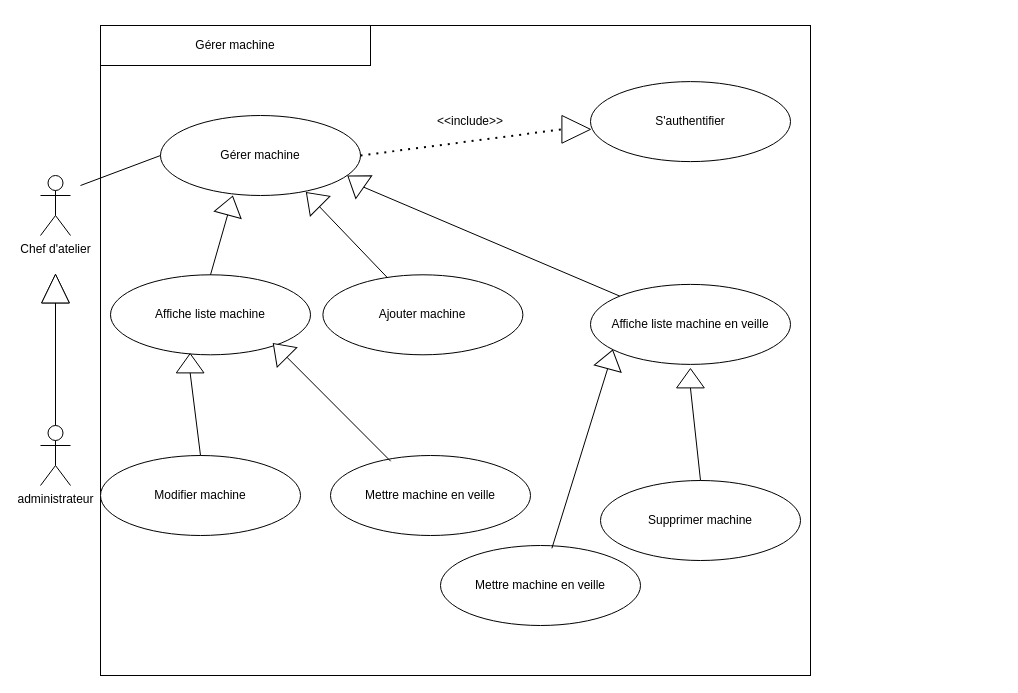
AbdelazizBs/GPAO-SpringApp keeps this draw.io diagram as GererMachine.drawio. Above is the earlier version. Source tidied: cells renumbered, new cells numbered last; positions are measured from the earlier drawing's top-left corner, leaving out a move shared by most shapes. Both pictures are drawn from the tidied source at 100%, with x=0, y=0 at pixel (40, 25).
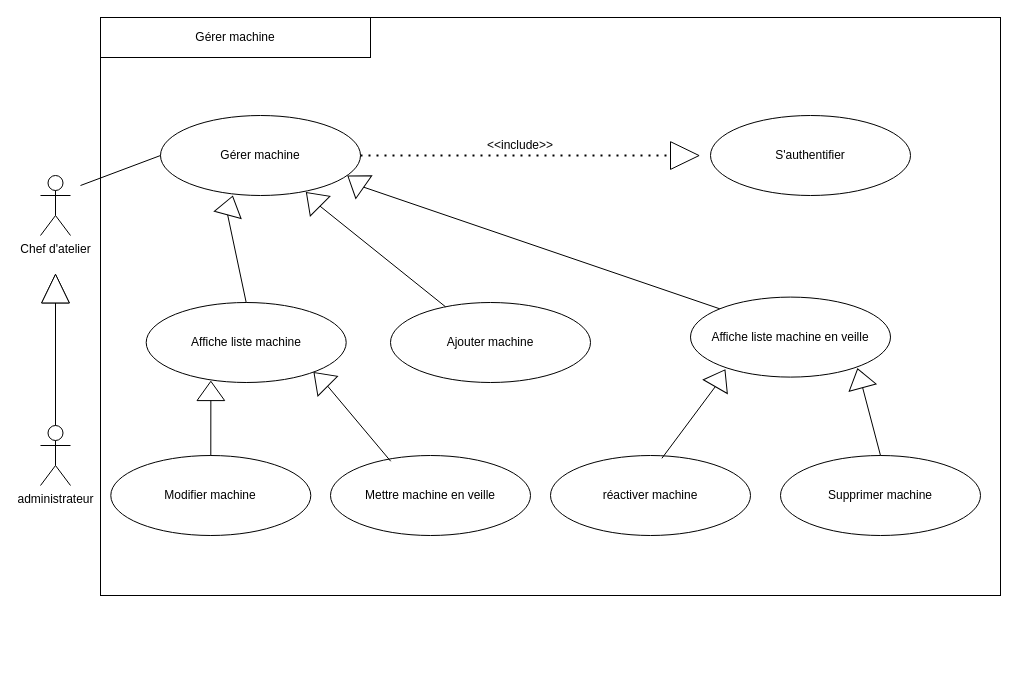
The same diagram, later.

Commit message:
Mettre à jour GererMachine.drawio

What changed in the source:
```diff
@@
     <mxCell id="2" style="rounded=0;whiteSpace=wrap;html=1;" parent="1" vertex="1">
-      <mxGeometry x="60" width="710" height="650" as="geometry" />
+      <mxGeometry x="60" y="-8" width="900" height="578" as="geometry" />
     </mxCell>
@@
     <mxCell id="7" value="S'authentifier" style="ellipse;whiteSpace=wrap;html=1;" parent="1" vertex="1">
-      <mxGeometry x="550" y="56.1" width="200" height="80" as="geometry" />
+      <mxGeometry x="670" y="90" width="200" height="80" as="geometry" />
     </mxCell>
     <mxCell id="8" value="Ajouter machine" style="ellipse;whiteSpace=wrap;html=1;" parent="1" vertex="1">
-      <mxGeometry x="282.4" y="249.3" width="200" height="80" as="geometry" />
+      <mxGeometry x="350" y="277" width="200" height="80" as="geometry" />
     </mxCell>
     <mxCell id="9" value="Affiche liste machine" style="ellipse;whiteSpace=wrap;html=1;" parent="1" vertex="1">
-      <mxGeometry x="70" y="249.3" width="200" height="80" as="geometry" />
+      <mxGeometry x="105.7" y="277" width="200" height="80" as="geometry" />
     </mxCell>
@@
     <mxCell id="18" value="Modifier machine" style="ellipse;whiteSpace=wrap;html=1;" parent="1" vertex="1">
-      <mxGeometry x="60" y="430" width="200" height="80" as="geometry" />
+      <mxGeometry x="70.3" y="430" width="200" height="80" as="geometry" />
     </mxCell>
@@
     <mxCell id="20" style="triangle;whiteSpace=wrap;html=1;rotation=0;" parent="1" vertex="1">
-      <mxGeometry x="521.4" y="90" width="28.6" height="27.7" as="geometry" />
+      <mxGeometry x="630" y="116.2" width="28.6" height="27.7" as="geometry" />
     </mxCell>
     <mxCell id="21" value="&amp;lt;&amp;lt;include&amp;gt;&amp;gt;" style="text;html=1;strokeColor=none;fillColor=none;align=center;verticalAlign=middle;whiteSpace=wrap;rounded=0;" parent="1" vertex="1">
-      <mxGeometry x="410" y="86.1" width="40" height="20" as="geometry" />
+      <mxGeometry x="460" y="110" width="40" height="20" as="geometry" />
     </mxCell>
     <mxCell id="22" style="triangle;whiteSpace=wrap;html=1;rotation=-135;" parent="1" vertex="1">
-      <mxGeometry x="230" y="311.1" width="19.3" height="27.7" as="geometry" />
+      <mxGeometry x="270.7" y="340" width="19.3" height="27.7" as="geometry" />
     </mxCell>
     <mxCell id="23" style="triangle;whiteSpace=wrap;html=1;rotation=-90;" parent="1" vertex="1">
-      <mxGeometry x="140" y="323.9" width="19.3" height="27.7" as="geometry" />
+      <mxGeometry x="160.7" y="351.6" width="19.3" height="27.7" as="geometry" />
     </mxCell>
@@
     <mxCell id="26" value="Gérer machine" style="rounded=0;whiteSpace=wrap;html=1;" parent="1" vertex="1">
-      <mxGeometry x="60" width="270" height="40" as="geometry" />
+      <mxGeometry x="60" y="-8" width="270" height="40" as="geometry" />
     </mxCell>
     <mxCell id="27" value="Affiche liste machine en veille" style="ellipse;whiteSpace=wrap;html=1;" parent="1" vertex="1">
-      <mxGeometry x="550" y="258.9" width="200" height="80" as="geometry" />
+      <mxGeometry x="650" y="271.6" width="200" height="80" as="geometry" />
     </mxCell>
-    <mxCell id="28" value="Mettre machine en veille" style="ellipse;whiteSpace=wrap;html=1;" parent="1" vertex="1">
-      <mxGeometry x="400" y="520" width="200" height="80" as="geometry" />
+    <mxCell id="28" value="réactiver machine" style="ellipse;whiteSpace=wrap;html=1;" parent="1" vertex="1">
+      <mxGeometry x="510" y="430" width="200" height="80" as="geometry" />
     </mxCell>
@@
     <mxCell id="31" value="Supprimer machine" style="ellipse;whiteSpace=wrap;html=1;" parent="1" vertex="1">
-      <mxGeometry x="560" y="455" width="200" height="80" as="geometry" />
+      <mxGeometry x="740" y="430" width="200" height="80" as="geometry" />
     </mxCell>
@@
-    <mxCell id="33" style="triangle;whiteSpace=wrap;html=1;rotation=-75;" parent="1" vertex="1">
-      <mxGeometry x="560" y="320" width="19.3" height="27.7" as="geometry" />
+    <mxCell id="33" style="triangle;whiteSpace=wrap;html=1;rotation=-60;" parent="1" vertex="1">
+      <mxGeometry x="670" y="338.9" width="19.3" height="27.7" as="geometry" />
     </mxCell>
+    <mxCell id="35" style="endArrow=none;html=1;rounded=0;entryX=0.5;entryY=0;entryDx=0;entryDy=0;" parent="1" edge="1" source="34" target="31">
+      <mxGeometry relative="1" as="geometry" />
+    </mxCell>
+    <mxCell id="36" style="endArrow=none;html=1;rounded=0;entryX=0.5;entryY=0;entryDx=0;entryDy=0;" parent="1" edge="1" target="34">
+      <mxGeometry relative="1" as="geometry">
+        <mxPoint x="822" y="347" as="sourcePoint" />
+      </mxGeometry>
+    </mxCell>
-    <mxCell id="34" style="triangle;whiteSpace=wrap;html=1;rotation=-90;" parent="1" vertex="1">
-      <mxGeometry x="640.3" y="338.9" width="19.3" height="27.7" as="geometry" />
+    <mxCell id="34" style="triangle;whiteSpace=wrap;html=1;rotation=-105;" parent="1" vertex="1">
+      <mxGeometry x="810" y="338.9" width="19.3" height="27.7" as="geometry" />
     </mxCell>
-    <mxCell id="35" style="endArrow=none;html=1;rounded=0;exitX=0;exitY=0.5;exitDx=0;exitDy=0;entryX=0.5;entryY=0;entryDx=0;entryDy=0;" parent="1" edge="1" source="34" target="31">
-      <mxGeometry relative="1" as="geometry" />
-    </mxCell>
```
